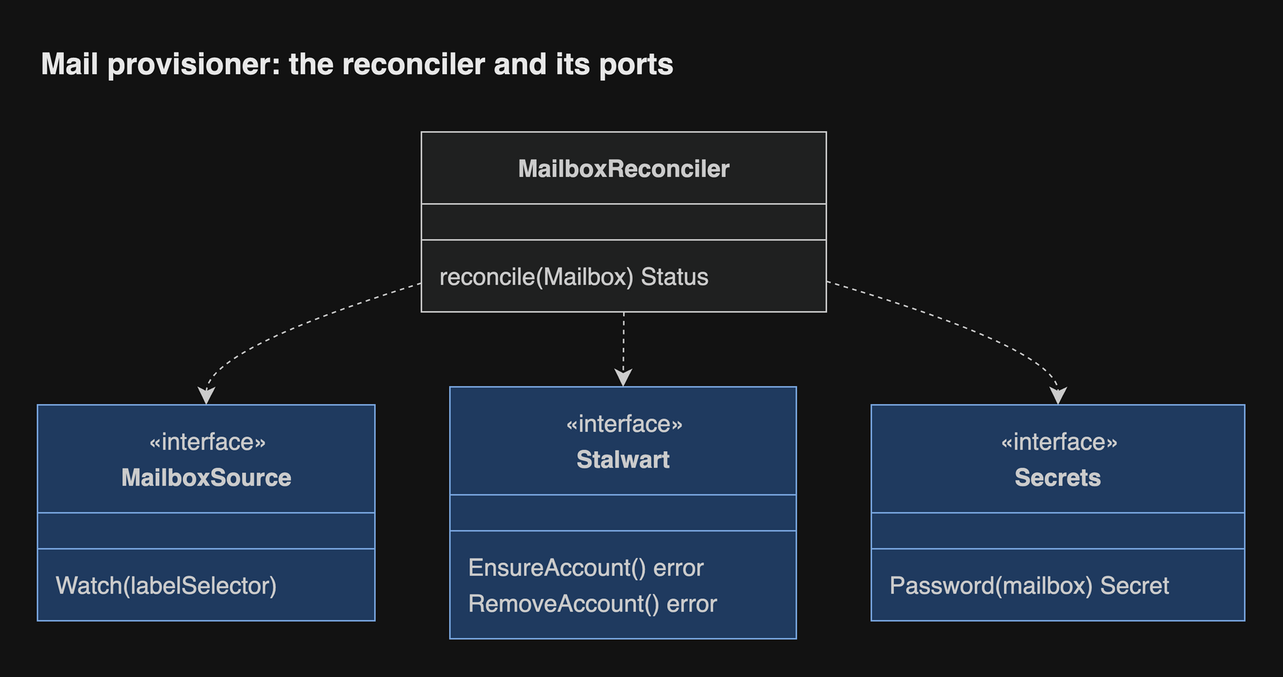
The draw.io diagram docs/diagrams/png/mail-provisioner.png in JorisJonkers-dev/estate-kit, before a commit. Source tidied: cells renumbered, new cells last; positions are measured from the earlier drawing's top-left corner, leaving out a move shared by most shapes.
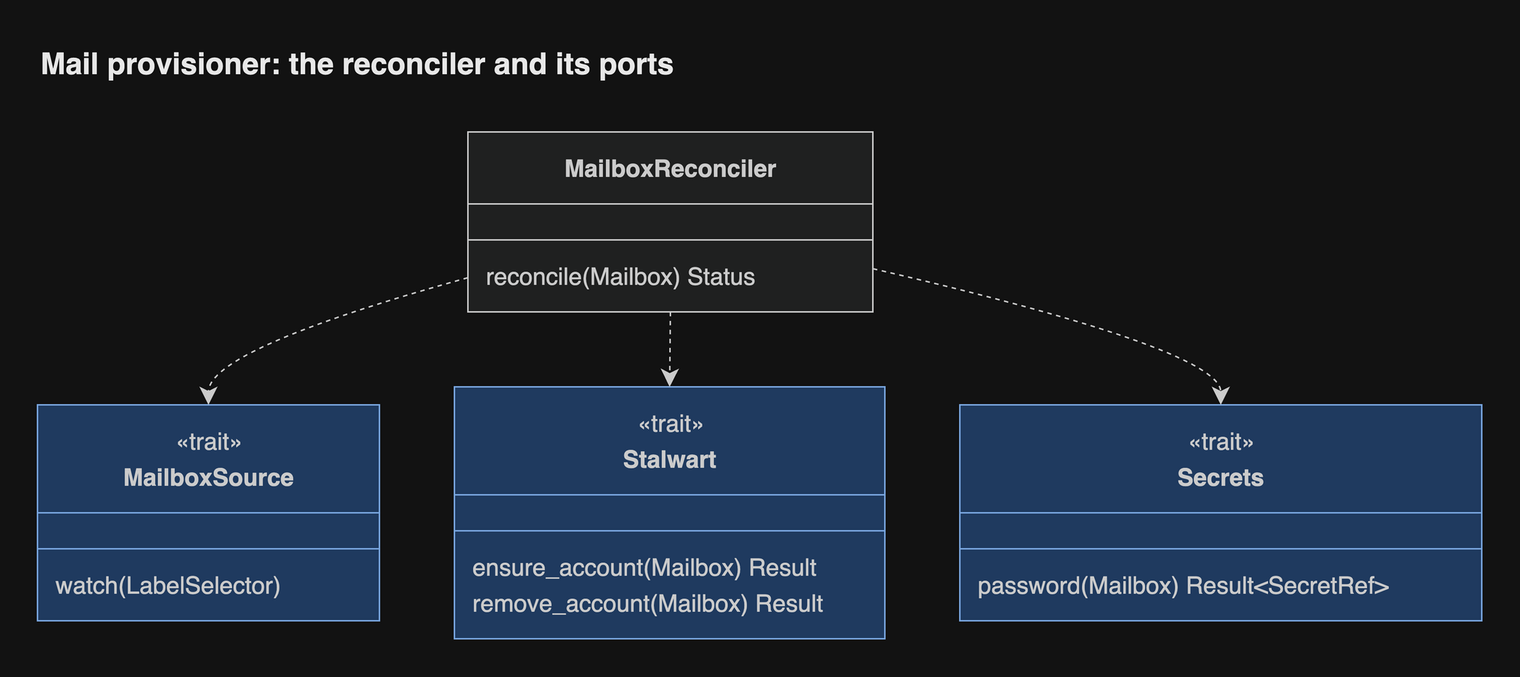
Above is the later version.

The edit, as a diff of the source:
```diff
@@ -3,7 +3,7 @@
     <mxCell id="0" />
     <mxCell id="1" parent="0" />
     <mxCell id="2" value="&lt;b&gt;MailboxReconciler&lt;/b&gt;" style="swimlane;html=1;fontStyle=1;fontSize=16;align=center;verticalAlign=middle;horizontal=1;startSize=48;swimlaneFillColor=light-dark(#ECECFF,#1f2020);whiteSpace=wrap;fillColor=light-dark(#ECECFF,#1f2020);strokeColor=light-dark(#9370DB,#cccccc);fontColor=light-dark(#333333,#cccccc);fontFamily=Helvetica;" parent="1" vertex="1">
-      <mxGeometry x="256" y="64" width="270" height="120" as="geometry" />
+      <mxGeometry x="287" y="64" width="270" height="120" as="geometry" />
     </mxCell>
     <mxCell id="3" style="line;strokeWidth=1;fillColor=none;spacingLeft=3;spacingRight=3;strokeColor=inherit;fontFamily=Helvetica;" parent="2" vertex="1">
       <mxGeometry y="60" width="270" height="24" as="geometry" />
@@ -12,63 +12,63 @@
       <mxGeometry y="84" width="270" height="24" as="geometry" />
     </mxCell>
     <mxCell id="5" value="&lt;b&gt;MailboxSource&lt;/b&gt;" style="swimlane;html=1;fontStyle=1;fontSize=16;align=center;verticalAlign=middle;horizontal=1;startSize=72;swimlaneFillColor=light-dark(#dae8fc,#1f3a5f);whiteSpace=wrap;spacingTop=24;fillColor=light-dark(#dae8fc,#1f3a5f);strokeColor=light-dark(#6c8ebf,#7aa7e0);fontColor=light-dark(#333333,#cccccc);fontFamily=Helvetica;" parent="1" vertex="1">
-      <mxGeometry y="246" width="225" height="144" as="geometry" />
+      <mxGeometry y="246" width="228" height="144" as="geometry" />
     </mxCell>
-    <mxCell id="6" value="«interface»" style="text;html=1;strokeColor=none;fillColor=none;align=center;verticalAlign=middle;fontSize=16;fontColor=light-dark(#333333,#cccccc);fontFamily=Helvetica;" parent="5" vertex="1">
-      <mxGeometry y="12" width="225" height="24" as="geometry" />
+    <mxCell id="6" value="«trait»" style="text;html=1;strokeColor=none;fillColor=none;align=center;verticalAlign=middle;fontSize=16;fontColor=light-dark(#333333,#cccccc);fontFamily=Helvetica;" parent="5" vertex="1">
+      <mxGeometry y="12" width="228" height="24" as="geometry" />
     </mxCell>
     <mxCell id="7" style="line;strokeWidth=1;fillColor=none;spacingLeft=3;spacingRight=3;strokeColor=inherit;fontFamily=Helvetica;" parent="5" vertex="1">
-      <mxGeometry y="84" width="225" height="24" as="geometry" />
+      <mxGeometry y="84" width="228" height="24" as="geometry" />
     </mxCell>
-    <mxCell id="8" value="Watch(labelSelector)" style="text;fontSize=16;strokeColor=none;fillColor=none;align=left;verticalAlign=middle;spacingLeft=10;spacingRight=12;spacingBottom=2;overflow=hidden;fontColor=light-dark(#333333,#cccccc);fontFamily=Helvetica;" parent="5" vertex="1">
-      <mxGeometry y="108" width="225" height="24" as="geometry" />
+    <mxCell id="8" value="watch(LabelSelector)" style="text;fontSize=16;strokeColor=none;fillColor=none;align=left;verticalAlign=middle;spacingLeft=10;spacingRight=12;spacingBottom=2;overflow=hidden;fontColor=light-dark(#333333,#cccccc);fontFamily=Helvetica;" parent="5" vertex="1">
+      <mxGeometry y="108" width="228" height="24" as="geometry" />
     </mxCell>
     <mxCell id="9" value="&lt;b&gt;Stalwart&lt;/b&gt;" style="swimlane;html=1;fontStyle=1;fontSize=16;align=center;verticalAlign=middle;horizontal=1;startSize=72;swimlaneFillColor=light-dark(#dae8fc,#1f3a5f);whiteSpace=wrap;spacingTop=24;fillColor=light-dark(#dae8fc,#1f3a5f);strokeColor=light-dark(#6c8ebf,#7aa7e0);fontColor=light-dark(#333333,#cccccc);fontFamily=Helvetica;" parent="1" vertex="1">
-      <mxGeometry x="275" y="234" width="231" height="168" as="geometry" />
+      <mxGeometry x="278" y="234" width="287" height="168" as="geometry" />
     </mxCell>
-    <mxCell id="10" value="«interface»" style="text;html=1;strokeColor=none;fillColor=none;align=center;verticalAlign=middle;fontSize=16;fontColor=light-dark(#333333,#cccccc);fontFamily=Helvetica;" parent="9" vertex="1">
-      <mxGeometry y="12" width="231" height="24" as="geometry" />
+    <mxCell id="10" value="«trait»" style="text;html=1;strokeColor=none;fillColor=none;align=center;verticalAlign=middle;fontSize=16;fontColor=light-dark(#333333,#cccccc);fontFamily=Helvetica;" parent="9" vertex="1">
+      <mxGeometry y="12" width="287" height="24" as="geometry" />
     </mxCell>
     <mxCell id="11" style="line;strokeWidth=1;fillColor=none;spacingLeft=3;spacingRight=3;strokeColor=inherit;fontFamily=Helvetica;" parent="9" vertex="1">
-      <mxGeometry y="84" width="231" height="24" as="geometry" />
+      <mxGeometry y="84" width="287" height="24" as="geometry" />
     </mxCell>
-    <mxCell id="12" value="EnsureAccount() error" style="text;fontSize=16;strokeColor=none;fillColor=none;align=left;verticalAlign=middle;spacingLeft=10;spacingRight=12;spacingBottom=2;overflow=hidden;fontColor=light-dark(#333333,#cccccc);fontFamily=Helvetica;" parent="9" vertex="1">
-      <mxGeometry y="108" width="231" height="24" as="geometry" />
+    <mxCell id="12" value="ensure_account(Mailbox) Result" style="text;fontSize=16;strokeColor=none;fillColor=none;align=left;verticalAlign=middle;spacingLeft=10;spacingRight=12;spacingBottom=2;overflow=hidden;fontColor=light-dark(#333333,#cccccc);fontFamily=Helvetica;" parent="9" vertex="1">
+      <mxGeometry y="108" width="287" height="24" as="geometry" />
     </mxCell>
-    <mxCell id="13" value="RemoveAccount() error" style="text;fontSize=16;strokeColor=none;fillColor=none;align=left;verticalAlign=middle;spacingLeft=10;spacingRight=12;spacingBottom=2;overflow=hidden;fontColor=light-dark(#333333,#cccccc);fontFamily=Helvetica;" parent="9" vertex="1">
-      <mxGeometry y="132" width="231" height="24" as="geometry" />
+    <mxCell id="13" value="remove_account(Mailbox) Result" style="text;fontSize=16;strokeColor=none;fillColor=none;align=left;verticalAlign=middle;spacingLeft=10;spacingRight=12;spacingBottom=2;overflow=hidden;fontColor=light-dark(#333333,#cccccc);fontFamily=Helvetica;" parent="9" vertex="1">
+      <mxGeometry y="132" width="287" height="24" as="geometry" />
     </mxCell>
     <mxCell id="14" value="&lt;b&gt;Secrets&lt;/b&gt;" style="swimlane;html=1;fontStyle=1;fontSize=16;align=center;verticalAlign=middle;horizontal=1;startSize=72;swimlaneFillColor=light-dark(#dae8fc,#1f3a5f);whiteSpace=wrap;spacingTop=24;fillColor=light-dark(#dae8fc,#1f3a5f);strokeColor=light-dark(#6c8ebf,#7aa7e0);fontColor=light-dark(#333333,#cccccc);fontFamily=Helvetica;" parent="1" vertex="1">
-      <mxGeometry x="556" y="246" width="249" height="144" as="geometry" />
+      <mxGeometry x="615" y="246" width="348" height="144" as="geometry" />
     </mxCell>
-    <mxCell id="15" value="«interface»" style="text;html=1;strokeColor=none;fillColor=none;align=center;verticalAlign=middle;fontSize=16;fontColor=light-dark(#333333,#cccccc);fontFamily=Helvetica;" parent="14" vertex="1">
-      <mxGeometry y="12" width="249" height="24" as="geometry" />
+    <mxCell id="15" value="«trait»" style="text;html=1;strokeColor=none;fillColor=none;align=center;verticalAlign=middle;fontSize=16;fontColor=light-dark(#333333,#cccccc);fontFamily=Helvetica;" parent="14" vertex="1">
+      <mxGeometry y="12" width="348" height="24" as="geometry" />
     </mxCell>
     <mxCell id="16" style="line;strokeWidth=1;fillColor=none;spacingLeft=3;spacingRight=3;strokeColor=inherit;fontFamily=Helvetica;" parent="14" vertex="1">
-      <mxGeometry y="84" width="249" height="24" as="geometry" />
+      <mxGeometry y="84" width="348" height="24" as="geometry" />
     </mxCell>
-    <mxCell id="17" value="Password(mailbox) Secret" style="text;fontSize=16;strokeColor=none;fillColor=none;align=left;verticalAlign=middle;spacingLeft=10;spacingRight=12;spacingBottom=2;overflow=hidden;fontColor=light-dark(#333333,#cccccc);fontFamily=Helvetica;" parent="14" vertex="1">
-      <mxGeometry y="108" width="249" height="24" as="geometry" />
+    <mxCell id="17" value="password(Mailbox) Result&lt;SecretRef&gt;" style="text;fontSize=16;strokeColor=none;fillColor=none;align=left;verticalAlign=middle;spacingLeft=10;spacingRight=12;spacingBottom=2;overflow=hidden;fontColor=light-dark(#333333,#cccccc);fontFamily=Helvetica;" parent="14" vertex="1">
+      <mxGeometry y="108" width="348" height="24" as="geometry" />
     </mxCell>
-    <mxCell id="18" style="curved=1;dashed=1;startArrow=none;endArrow=classic;endSize=9;strokeColor=light-dark(#333333,#cccccc);exitX=0;exitY=0.84;entryX=0.5;entryY=0;fixDash=1;fontFamily=Helvetica;" parent="1" edge="1" source="2" target="5">
+    <mxCell id="18" style="curved=1;dashed=1;startArrow=none;endArrow=classic;endSize=9;strokeColor=light-dark(#333333,#cccccc);exitX=0;exitY=0.81;entryX=0.5;entryY=0;fixDash=1;fontFamily=Helvetica;" parent="1" edge="1" source="2" target="5">
       <mxGeometry relative="1" as="geometry">
         <Array as="points">
-          <mxPoint x="113" y="209" />
+          <mxPoint x="114" y="209" />
         </Array>
       </mxGeometry>
     </mxCell>
     <mxCell id="19" style="curved=1;dashed=1;startArrow=none;endArrow=classic;endSize=9;strokeColor=light-dark(#333333,#cccccc);exitX=0.5;exitY=1;entryX=0.5;entryY=0;fixDash=1;fontFamily=Helvetica;" parent="1" edge="1" source="2" target="9">
       <mxGeometry relative="1" as="geometry" />
     </mxCell>
-    <mxCell id="20" style="curved=1;dashed=1;startArrow=none;endArrow=classic;endSize=9;strokeColor=light-dark(#333333,#cccccc);exitX=1;exitY=0.83;entryX=0.5;entryY=0;fixDash=1;fontFamily=Helvetica;" parent="1" edge="1" source="2" target="14">
+    <mxCell id="20" style="curved=1;dashed=1;startArrow=none;endArrow=classic;endSize=9;strokeColor=light-dark(#333333,#cccccc);exitX=1;exitY=0.76;entryX=0.5;entryY=0;fixDash=1;fontFamily=Helvetica;" parent="1" edge="1" source="2" target="14">
       <mxGeometry relative="1" as="geometry">
         <Array as="points">
-          <mxPoint x="681" y="209" />
+          <mxPoint x="789" y="209" />
         </Array>
       </mxGeometry>
     </mxCell>
     <mxCell id="21" value="Mail provisioner: the reconciler and its ports" style="text;html=1;whiteSpace=wrap;align=left;verticalAlign=middle;fontSize=20;fontStyle=1;fontColor=light-dark(#1a1a1a,#e8e8e8);fontFamily=Helvetica;" parent="1" vertex="1">
-      <mxGeometry width="805" height="36" as="geometry" />
+      <mxGeometry width="963" height="36" as="geometry" />
     </mxCell>
   </root>
 </mxGraphModel>
```
